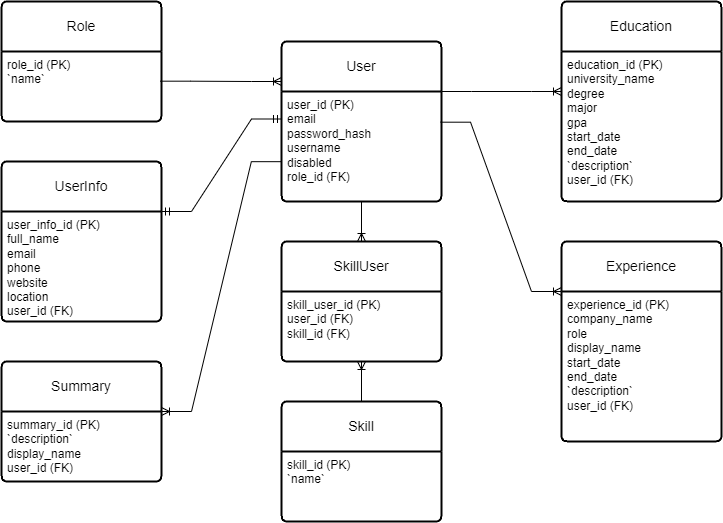
AAK-sys/JobHunters keeps this draw.io diagram as ResumeBuilderSchema.drawio.png. Above is the earlier version. Source tidied: cells renumbered, new cells last; positions are measured from the earlier drawing's top-left corner, leaving out a move shared by most shapes.
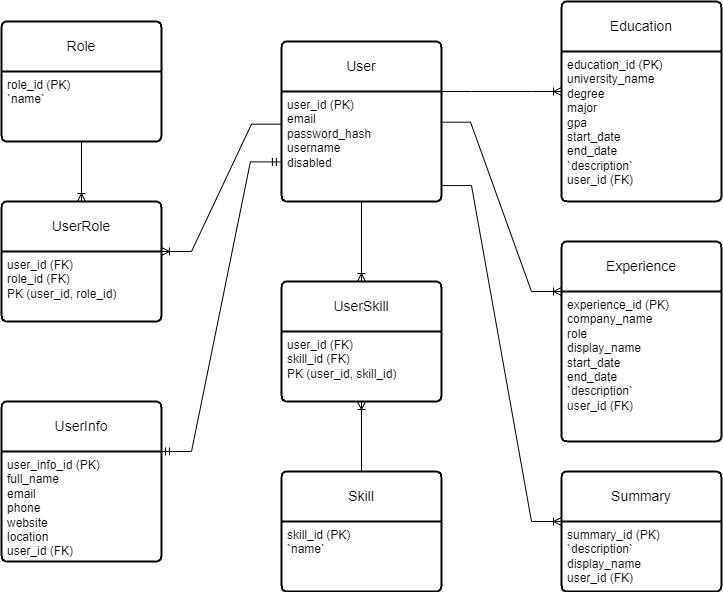
Above is the later version.

Commit message:
Update and replace schema diagram

Change to the diagram source:
```diff
@@ -5,17 +5,17 @@
     <mxCell id="2" value="User" style="swimlane;horizontal=1;startSize=50;rounded=1;fontSize=14;fontStyle=0;strokeWidth=2;shadow=0;dashed=0;align=center;arcSize=4;whiteSpace=wrap;html=1;" parent="1" vertex="1">
       <mxGeometry x="280" y="40" width="160" height="160" as="geometry" />
     </mxCell>
-    <mxCell id="3" value="user_id (PK)&lt;div&gt;email&lt;/div&gt;&lt;div&gt;password_hash&lt;/div&gt;&lt;div&gt;username&lt;/div&gt;&lt;div&gt;disabled&lt;/div&gt;&lt;div&gt;role_id (FK)&lt;br&gt;&lt;div&gt;&lt;br&gt;&lt;/div&gt;&lt;/div&gt;" style="align=left;strokeColor=none;fillColor=none;spacingLeft=4;fontSize=12;verticalAlign=top;html=1;" parent="2" vertex="1">
+    <mxCell id="3" value="user_id (PK)&lt;div&gt;email&lt;/div&gt;&lt;div&gt;password_hash&lt;/div&gt;&lt;div&gt;username&lt;/div&gt;&lt;div&gt;disabled&lt;/div&gt;" style="align=left;strokeColor=none;fillColor=none;spacingLeft=4;fontSize=12;verticalAlign=top;html=1;" parent="2" vertex="1">
       <mxGeometry y="50" width="160" height="110" as="geometry" />
     </mxCell>
     <mxCell id="4" value="Role" style="swimlane;horizontal=1;startSize=50;rounded=1;fontSize=14;fontStyle=0;strokeWidth=2;shadow=0;dashed=0;align=center;arcSize=4;whiteSpace=wrap;html=1;" parent="1" vertex="1">
-      <mxGeometry width="160" height="120" as="geometry" />
+      <mxGeometry y="20" width="160" height="120" as="geometry" />
     </mxCell>
     <mxCell id="5" value="role_id (PK)&lt;div&gt;`name`&lt;/div&gt;" style="align=left;strokeColor=none;fillColor=none;spacingLeft=4;fontSize=12;verticalAlign=top;html=1;" parent="4" vertex="1">
       <mxGeometry y="50" width="160" height="70" as="geometry" />
     </mxCell>
     <mxCell id="6" value="UserInfo" style="swimlane;horizontal=1;startSize=50;rounded=1;fontSize=14;fontStyle=0;strokeWidth=2;shadow=0;dashed=0;align=center;arcSize=4;whiteSpace=wrap;html=1;" parent="1" vertex="1">
-      <mxGeometry y="160" width="160" height="160" as="geometry" />
+      <mxGeometry y="400" width="160" height="160" as="geometry" />
     </mxCell>
     <mxCell id="7" value="user_info_id (PK)&lt;div&gt;full_name&lt;/div&gt;&lt;div&gt;email&lt;/div&gt;&lt;div&gt;phone&lt;/div&gt;&lt;div&gt;website&lt;/div&gt;&lt;div&gt;location&lt;/div&gt;&lt;div&gt;user_id&amp;nbsp;&lt;span style=&quot;background-color: initial;&quot;&gt;(FK)&lt;/span&gt;&lt;/div&gt;" style="align=left;strokeColor=none;fillColor=none;spacingLeft=4;fontSize=12;verticalAlign=top;html=1;" parent="6" vertex="1">
       <mxGeometry y="50" width="160" height="110" as="geometry" />
@@ -33,30 +33,27 @@
       <mxGeometry y="50" width="160" height="150" as="geometry" />
     </mxCell>
     <mxCell id="12" value="Summary" style="swimlane;horizontal=1;startSize=50;rounded=1;fontSize=14;fontStyle=0;strokeWidth=2;shadow=0;dashed=0;align=center;arcSize=4;whiteSpace=wrap;html=1;" parent="1" vertex="1">
-      <mxGeometry y="360" width="160" height="120" as="geometry" />
+      <mxGeometry x="560" y="470" width="160" height="120" as="geometry" />
     </mxCell>
     <mxCell id="13" value="summary_id (PK)&lt;div&gt;`description`&lt;/div&gt;&lt;div&gt;display_name&lt;br&gt;&lt;/div&gt;&lt;div&gt;user_id&amp;nbsp;&lt;span style=&quot;background-color: initial;&quot;&gt;(FK)&lt;/span&gt;&lt;/div&gt;" style="align=left;strokeColor=none;fillColor=none;spacingLeft=4;fontSize=12;verticalAlign=top;html=1;" parent="12" vertex="1">
       <mxGeometry y="50" width="160" height="70" as="geometry" />
     </mxCell>
     <mxCell id="14" value="Skill" style="swimlane;horizontal=1;startSize=50;rounded=1;fontSize=14;fontStyle=0;strokeWidth=2;shadow=0;dashed=0;align=center;arcSize=4;whiteSpace=wrap;html=1;" parent="1" vertex="1">
-      <mxGeometry x="280" y="400" width="160" height="120" as="geometry" />
+      <mxGeometry x="280" y="470" width="160" height="120" as="geometry" />
     </mxCell>
     <mxCell id="15" value="skill_id (PK)&lt;div&gt;`name`&lt;/div&gt;" style="align=left;strokeColor=none;fillColor=none;spacingLeft=4;fontSize=12;verticalAlign=top;html=1;" parent="14" vertex="1">
       <mxGeometry y="50" width="160" height="70" as="geometry" />
     </mxCell>
-    <mxCell id="16" value="SkillUser" style="swimlane;horizontal=1;startSize=50;rounded=1;fontSize=14;fontStyle=0;strokeWidth=2;shadow=0;dashed=0;align=center;arcSize=4;whiteSpace=wrap;html=1;" parent="1" vertex="1">
-      <mxGeometry x="280" y="240" width="160" height="120" as="geometry" />
+    <mxCell id="16" value="UserSkill" style="swimlane;horizontal=1;startSize=50;rounded=1;fontSize=14;fontStyle=0;strokeWidth=2;shadow=0;dashed=0;align=center;arcSize=4;whiteSpace=wrap;html=1;" parent="1" vertex="1">
+      <mxGeometry x="280" y="280" width="160" height="120" as="geometry" />
     </mxCell>
-    <mxCell id="17" value="skill_user_id (PK)&lt;div&gt;user_id&amp;nbsp;&lt;span style=&quot;background-color: initial;&quot;&gt;(FK)&lt;/span&gt;&lt;/div&gt;&lt;div&gt;&lt;span style=&quot;background-color: initial;&quot;&gt;skill_id&amp;nbsp;&lt;/span&gt;&lt;span style=&quot;background-color: initial;&quot;&gt;(FK)&lt;/span&gt;&lt;/div&gt;" style="align=left;strokeColor=none;fillColor=none;spacingLeft=4;fontSize=12;verticalAlign=top;html=1;" parent="16" vertex="1">
+    <mxCell id="17" value="&lt;div&gt;user_id&amp;nbsp;&lt;span style=&quot;background-color: initial;&quot;&gt;(FK)&lt;/span&gt;&lt;/div&gt;&lt;div&gt;&lt;span style=&quot;background-color: initial;&quot;&gt;skill_id&amp;nbsp;&lt;/span&gt;&lt;span style=&quot;background-color: initial;&quot;&gt;(FK)&lt;/span&gt;&lt;/div&gt;&lt;div&gt;&lt;span style=&quot;background-color: initial;&quot;&gt;PK (user_id, skill_id)&lt;/span&gt;&lt;/div&gt;" style="align=left;strokeColor=none;fillColor=none;spacingLeft=4;fontSize=12;verticalAlign=top;html=1;" parent="16" vertex="1">
       <mxGeometry y="50" width="160" height="70" as="geometry" />
     </mxCell>
-    <mxCell id="18" style="edgeStyle=entityRelationEdgeStyle;fontSize=12;html=1;endArrow=ERoneToMany;rounded=0;exitX=0.992;exitY=0.424;exitDx=0;exitDy=0;entryX=0;entryY=0.25;entryDx=0;entryDy=0;exitPerimeter=0;" parent="1" edge="1" source="5" target="2">
-      <mxGeometry relative="1" as="geometry" />
-    </mxCell>
-    <mxCell id="19" style="edgeStyle=entityRelationEdgeStyle;fontSize=12;html=1;endArrow=ERmandOne;startArrow=ERmandOne;rounded=0;exitX=1;exitY=0;exitDx=0;exitDy=0;entryX=0;entryY=0.25;entryDx=0;entryDy=0;" parent="1" edge="1" source="7" target="3">
+    <mxCell id="19" style="edgeStyle=entityRelationEdgeStyle;fontSize=12;html=1;endArrow=ERmandOne;startArrow=ERmandOne;rounded=0;exitX=1;exitY=0;exitDx=0;exitDy=0;entryX=-0.007;entryY=0.64;entryDx=0;entryDy=0;entryPerimeter=0;" parent="1" edge="1" source="7" target="3">
       <mxGeometry relative="1" as="geometry" />
     </mxCell>
-    <mxCell id="20" style="edgeStyle=entityRelationEdgeStyle;fontSize=12;html=1;endArrow=ERoneToMany;rounded=0;exitX=-0.001;exitY=0.638;exitDx=0;exitDy=0;exitPerimeter=0;entryX=1;entryY=0;entryDx=0;entryDy=0;" parent="1" edge="1" source="3" target="13">
+    <mxCell id="20" style="edgeStyle=entityRelationEdgeStyle;fontSize=12;html=1;endArrow=ERoneToMany;rounded=0;exitX=1;exitY=0.855;exitDx=0;exitDy=0;exitPerimeter=0;entryX=0;entryY=0;entryDx=0;entryDy=0;" parent="1" edge="1" source="3" target="13">
       <mxGeometry relative="1" as="geometry">
         <Array as="points">
           <mxPoint x="160" y="410" />
@@ -78,5 +75,17 @@
     <mxCell id="24" style="fontSize=12;html=1;endArrow=ERoneToMany;rounded=0;startSize=6;endSize=6;jumpSize=6;fillColor=none;entryX=0.5;entryY=1;entryDx=0;entryDy=0;exitX=0.5;exitY=0;exitDx=0;exitDy=0;" parent="1" edge="1" source="14" target="17">
       <mxGeometry relative="1" as="geometry" />
     </mxCell>
+    <mxCell id="25" value="UserRole" style="swimlane;horizontal=1;startSize=50;rounded=1;fontSize=14;fontStyle=0;strokeWidth=2;shadow=0;dashed=0;align=center;arcSize=4;whiteSpace=wrap;html=1;" parent="1" vertex="1">
+      <mxGeometry y="200" width="160" height="120" as="geometry" />
+    </mxCell>
+    <mxCell id="26" value="user_id (FK)&lt;div&gt;role_id (FK)&lt;/div&gt;&lt;div&gt;PK (user_id, role_id)&lt;/div&gt;" style="align=left;strokeColor=none;fillColor=none;spacingLeft=4;fontSize=12;verticalAlign=top;html=1;" parent="25" vertex="1">
+      <mxGeometry y="50" width="160" height="70" as="geometry" />
+    </mxCell>
+    <mxCell id="27" style="fontSize=12;html=1;endArrow=ERoneToMany;rounded=0;exitX=0.5;exitY=1;exitDx=0;exitDy=0;entryX=0.5;entryY=0;entryDx=0;entryDy=0;" parent="1" edge="1" source="4" target="25">
+      <mxGeometry relative="1" as="geometry" />
+    </mxCell>
+    <mxCell id="28" style="fontSize=12;html=1;endArrow=ERoneToMany;rounded=0;exitX=0;exitY=0.297;exitDx=0;exitDy=0;entryX=1;entryY=0;entryDx=0;entryDy=0;exitPerimeter=0;edgeStyle=entityRelationEdgeStyle;" parent="1" edge="1" source="3" target="26">
+      <mxGeometry relative="1" as="geometry" />
+    </mxCell>
   </root>
 </mxGraphModel>
```
